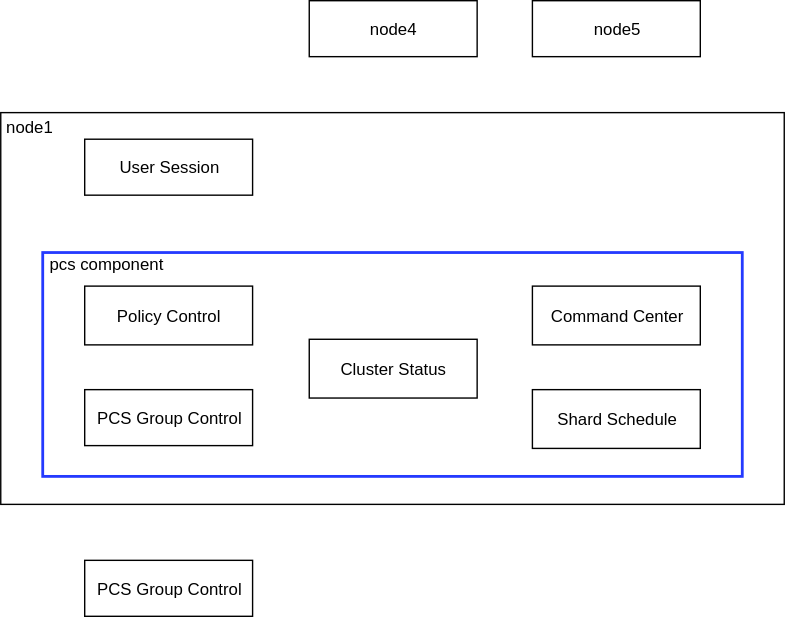
The draw.io diagram attachments/1672728973669.drawio.svg in simbahebinbo/smallfat.github.io, before a commit. Source tidied: cells renumbered, new cells last; positions are measured from the earlier drawing's top-left corner, leaving out a move shared by most shapes. The source it was exported from:
```xml
<mxGraphModel>
  <root>
    <mxCell id="0" />
    <mxCell id="1" parent="0" />
    <mxCell id="2" style="whiteSpace=wrap;html=1;" parent="1" vertex="1">
      <mxGeometry y="80" width="560" height="280" as="geometry" />
    </mxCell>
    <mxCell id="3" style="rounded=0;whiteSpace=wrap;html=1;strokeColor=#243AFF;strokeWidth=2;fillColor=none;align=left;" parent="1" vertex="1">
      <mxGeometry x="30" y="180" width="500" height="160" as="geometry" />
    </mxCell>
    <mxCell id="4" value="&lt;span style=&quot;white-space: normal&quot;&gt;PCS Group Control&lt;/span&gt;" style="whiteSpace=wrap;html=1;" parent="1" vertex="1">
      <mxGeometry x="60" y="400" width="120" height="40" as="geometry" />
    </mxCell>
    <mxCell id="5" value="PCS Group Control" style="whiteSpace=wrap;html=1;" parent="1" vertex="1">
      <mxGeometry x="60" y="278" width="120" height="40" as="geometry" />
    </mxCell>
    <mxCell id="6" value="Policy Control" style="whiteSpace=wrap;html=1;" parent="1" vertex="1">
      <mxGeometry x="60" y="204" width="120" height="42" as="geometry" />
    </mxCell>
    <mxCell id="7" value="User Session" style="rounded=0;whiteSpace=wrap;html=1;fillColor=#FFFFFF;" parent="1" vertex="1">
      <mxGeometry x="60" y="99" width="120" height="40" as="geometry" />
    </mxCell>
    <mxCell id="8" value="Shard Schedule" style="whiteSpace=wrap;html=1;" parent="1" vertex="1">
      <mxGeometry x="380" y="278" width="120" height="42" as="geometry" />
    </mxCell>
    <mxCell id="9" value="Command Center" style="whiteSpace=wrap;html=1;" parent="1" vertex="1">
      <mxGeometry x="380" y="204" width="120" height="42" as="geometry" />
    </mxCell>
    <mxCell id="10" value="Cluster Status" style="whiteSpace=wrap;html=1;" parent="1" vertex="1">
      <mxGeometry x="220.5" y="242" width="120" height="42" as="geometry" />
    </mxCell>
    <mxCell id="11" value="&lt;span style=&quot;white-space: normal&quot;&gt;node4&lt;/span&gt;" style="whiteSpace=wrap;html=1;" parent="1" vertex="1">
      <mxGeometry x="220.5" width="120" height="40" as="geometry" />
    </mxCell>
    <mxCell id="12" value="&lt;span style=&quot;white-space: normal&quot;&gt;node5&lt;/span&gt;" style="whiteSpace=wrap;html=1;" parent="1" vertex="1">
      <mxGeometry x="380" width="120" height="40" as="geometry" />
    </mxCell>
    <mxCell id="13" value="node1" style="text;html=1;strokeColor=none;fillColor=none;align=center;verticalAlign=middle;whiteSpace=wrap;rounded=0;" parent="1" vertex="1">
      <mxGeometry y="80" width="40" height="20" as="geometry" />
    </mxCell>
    <mxCell id="14" value="pcs component" style="text;html=1;strokeColor=none;fillColor=none;align=center;verticalAlign=middle;whiteSpace=wrap;rounded=0;" parent="1" vertex="1">
      <mxGeometry x="30" y="178" width="90" height="20" as="geometry" />
    </mxCell>
  </root>
</mxGraphModel>
```
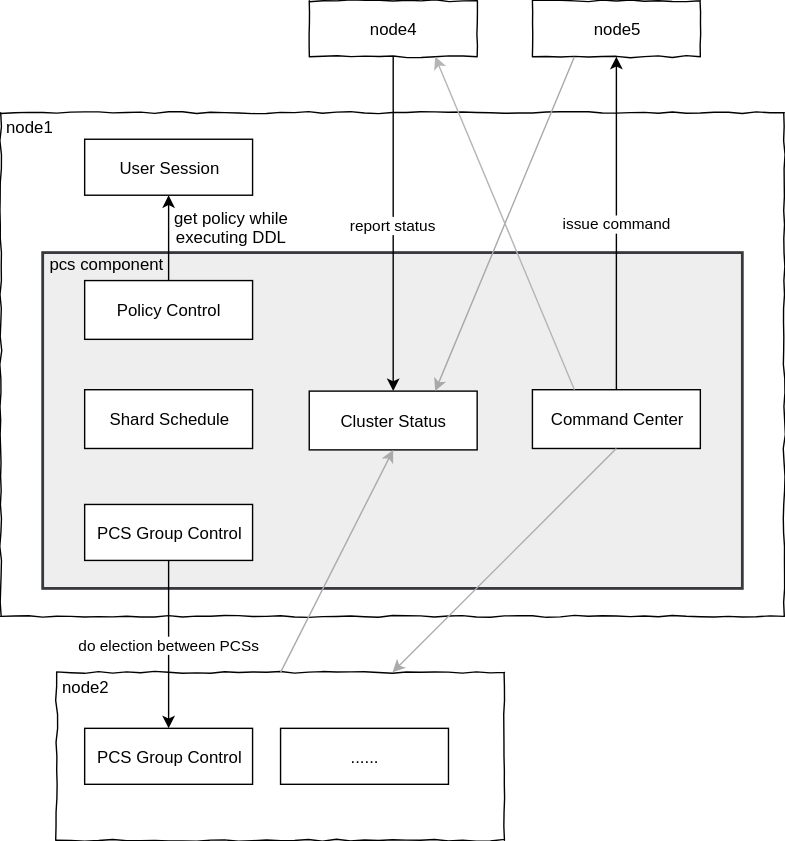
Later version of the same file.

Commit message:
添加附件 : attachments/1672728973669.drawio.svg

What changed in the source:
```diff
@@ -2,37 +2,52 @@
   <root>
     <mxCell id="0" />
     <mxCell id="1" parent="0" />
+    <mxCell id="15" style="whiteSpace=wrap;html=1;comic=1;" parent="1" vertex="1">
+      <mxGeometry x="40" y="480" width="320" height="120" as="geometry" />
+    </mxCell>
-    <mxCell id="2" style="whiteSpace=wrap;html=1;" parent="1" vertex="1">
-      <mxGeometry y="80" width="560" height="280" as="geometry" />
+    <mxCell id="2" style="whiteSpace=wrap;html=1;rounded=0;shadow=0;comic=1;glass=0;" parent="1" vertex="1">
+      <mxGeometry y="80" width="560" height="360" as="geometry" />
     </mxCell>
-    <mxCell id="3" style="rounded=0;whiteSpace=wrap;html=1;strokeColor=#243AFF;strokeWidth=2;fillColor=none;align=left;" parent="1" vertex="1">
-      <mxGeometry x="30" y="180" width="500" height="160" as="geometry" />
+    <mxCell id="3" style="rounded=0;whiteSpace=wrap;html=1;strokeColor=#36393d;strokeWidth=2;fillColor=#eeeeee;align=left;" parent="1" vertex="1">
+      <mxGeometry x="30" y="180" width="500" height="240" as="geometry" />
     </mxCell>
     <mxCell id="4" value="&lt;span style=&quot;white-space: normal&quot;&gt;PCS Group Control&lt;/span&gt;" style="whiteSpace=wrap;html=1;" parent="1" vertex="1">
-      <mxGeometry x="60" y="400" width="120" height="40" as="geometry" />
+      <mxGeometry x="60" y="520" width="120" height="40" as="geometry" />
     </mxCell>
+    <mxCell id="16" value="do election between PCSs" style="edgeStyle=orthogonalEdgeStyle;rounded=0;jettySize=auto;html=1;strokeColor=#000000;" parent="1" edge="1" source="5" target="4">
+      <mxGeometry relative="1" as="geometry" />
+    </mxCell>
     <mxCell id="5" value="PCS Group Control" style="whiteSpace=wrap;html=1;" parent="1" vertex="1">
-      <mxGeometry x="60" y="278" width="120" height="40" as="geometry" />
+      <mxGeometry x="60" y="360" width="120" height="40" as="geometry" />
     </mxCell>
+    <mxCell id="17" style="edgeStyle=orthogonalEdgeStyle;rounded=0;jettySize=auto;html=1;exitX=0.5;exitY=0;exitDx=0;exitDy=0;entryX=0.5;entryY=1;entryDx=0;entryDy=0;" parent="1" edge="1" source="6" target="7">
+      <mxGeometry relative="1" as="geometry" />
+    </mxCell>
     <mxCell id="6" value="Policy Control" style="whiteSpace=wrap;html=1;" parent="1" vertex="1">
-      <mxGeometry x="60" y="204" width="120" height="42" as="geometry" />
+      <mxGeometry x="60" y="200" width="120" height="42" as="geometry" />
     </mxCell>
     <mxCell id="7" value="User Session" style="rounded=0;whiteSpace=wrap;html=1;fillColor=#FFFFFF;" parent="1" vertex="1">
       <mxGeometry x="60" y="99" width="120" height="40" as="geometry" />
     </mxCell>
     <mxCell id="8" value="Shard Schedule" style="whiteSpace=wrap;html=1;" parent="1" vertex="1">
-      <mxGeometry x="380" y="278" width="120" height="42" as="geometry" />
+      <mxGeometry x="60" y="278" width="120" height="42" as="geometry" />
     </mxCell>
+    <mxCell id="18" value="issue command" style="edgeStyle=orthogonalEdgeStyle;rounded=0;jettySize=auto;html=1;entryX=0.5;entryY=1;entryDx=0;entryDy=0;" parent="1" edge="1" source="9" target="12">
+      <mxGeometry relative="1" as="geometry" />
+    </mxCell>
     <mxCell id="9" value="Command Center" style="whiteSpace=wrap;html=1;" parent="1" vertex="1">
-      <mxGeometry x="380" y="204" width="120" height="42" as="geometry" />
+      <mxGeometry x="380" y="278" width="120" height="42" as="geometry" />
     </mxCell>
     <mxCell id="10" value="Cluster Status" style="whiteSpace=wrap;html=1;" parent="1" vertex="1">
-      <mxGeometry x="220.5" y="242" width="120" height="42" as="geometry" />
+      <mxGeometry x="220.5" y="279" width="120" height="42" as="geometry" />
     </mxCell>
+    <mxCell id="19" value="report status" style="edgeStyle=orthogonalEdgeStyle;rounded=0;jettySize=auto;html=1;" parent="1" edge="1" source="11" target="10">
+      <mxGeometry relative="1" as="geometry" />
+    </mxCell>
-    <mxCell id="11" value="&lt;span style=&quot;white-space: normal&quot;&gt;node4&lt;/span&gt;" style="whiteSpace=wrap;html=1;" parent="1" vertex="1">
+    <mxCell id="11" value="&lt;span style=&quot;white-space: normal&quot;&gt;node4&lt;/span&gt;" style="whiteSpace=wrap;html=1;comic=1;" parent="1" vertex="1">
       <mxGeometry x="220.5" width="120" height="40" as="geometry" />
     </mxCell>
-    <mxCell id="12" value="&lt;span style=&quot;white-space: normal&quot;&gt;node5&lt;/span&gt;" style="whiteSpace=wrap;html=1;" parent="1" vertex="1">
+    <mxCell id="12" value="&lt;span style=&quot;white-space: normal&quot;&gt;node5&lt;/span&gt;" style="whiteSpace=wrap;html=1;comic=1;" parent="1" vertex="1">
       <mxGeometry x="380" width="120" height="40" as="geometry" />
     </mxCell>
     <mxCell id="13" value="node1" style="text;html=1;strokeColor=none;fillColor=none;align=center;verticalAlign=middle;whiteSpace=wrap;rounded=0;" parent="1" vertex="1">
@@ -41,5 +56,26 @@
     <mxCell id="14" value="pcs component" style="text;html=1;strokeColor=none;fillColor=none;align=center;verticalAlign=middle;whiteSpace=wrap;rounded=0;" parent="1" vertex="1">
       <mxGeometry x="30" y="178" width="90" height="20" as="geometry" />
     </mxCell>
+    <mxCell id="20" style="endArrow=classic;html=1;exitX=0.25;exitY=1;exitDx=0;exitDy=0;entryX=0.75;entryY=0;entryDx=0;entryDy=0;strokeColor=#A8A8A8;" parent="1" edge="1" source="12" target="10">
+      <mxGeometry relative="1" as="geometry" />
+    </mxCell>
+    <mxCell id="21" value="get policy while executing DDL" style="text;html=1;strokeColor=none;fillColor=none;align=center;verticalAlign=middle;whiteSpace=wrap;rounded=0;" parent="1" vertex="1">
+      <mxGeometry x="115" y="152" width="100" height="20" as="geometry" />
+    </mxCell>
+    <mxCell id="22" style="endArrow=classic;html=1;exitX=0.25;exitY=0;exitDx=0;exitDy=0;entryX=0.75;entryY=1;entryDx=0;entryDy=0;strokeColor=#B5B5B5;" parent="1" edge="1" source="9" target="11">
+      <mxGeometry relative="1" as="geometry" />
+    </mxCell>
+    <mxCell id="23" value="node2" style="text;html=1;strokeColor=none;fillColor=none;align=center;verticalAlign=middle;whiteSpace=wrap;rounded=0;dashed=1;" parent="1" vertex="1">
+      <mxGeometry x="40" y="480" width="40" height="20" as="geometry" />
+    </mxCell>
+    <mxCell id="24" value="&lt;span style=&quot;white-space: normal&quot;&gt;......&lt;/span&gt;" style="whiteSpace=wrap;html=1;" parent="1" vertex="1">
+      <mxGeometry x="200" y="520" width="120" height="40" as="geometry" />
+    </mxCell>
+    <mxCell id="25" style="endArrow=classic;html=1;strokeColor=#ABABAB;exitX=0.5;exitY=0;exitDx=0;exitDy=0;entryX=0.5;entryY=1;entryDx=0;entryDy=0;" parent="1" edge="1" source="15" target="10">
+      <mxGeometry relative="1" as="geometry" />
+    </mxCell>
+    <mxCell id="26" style="endArrow=classic;html=1;strokeColor=#ABABAB;exitX=0.5;exitY=1;exitDx=0;exitDy=0;entryX=0.75;entryY=0;entryDx=0;entryDy=0;" parent="1" edge="1" source="9" target="15">
+      <mxGeometry relative="1" as="geometry" />
+    </mxCell>
   </root>
 </mxGraphModel>
```
